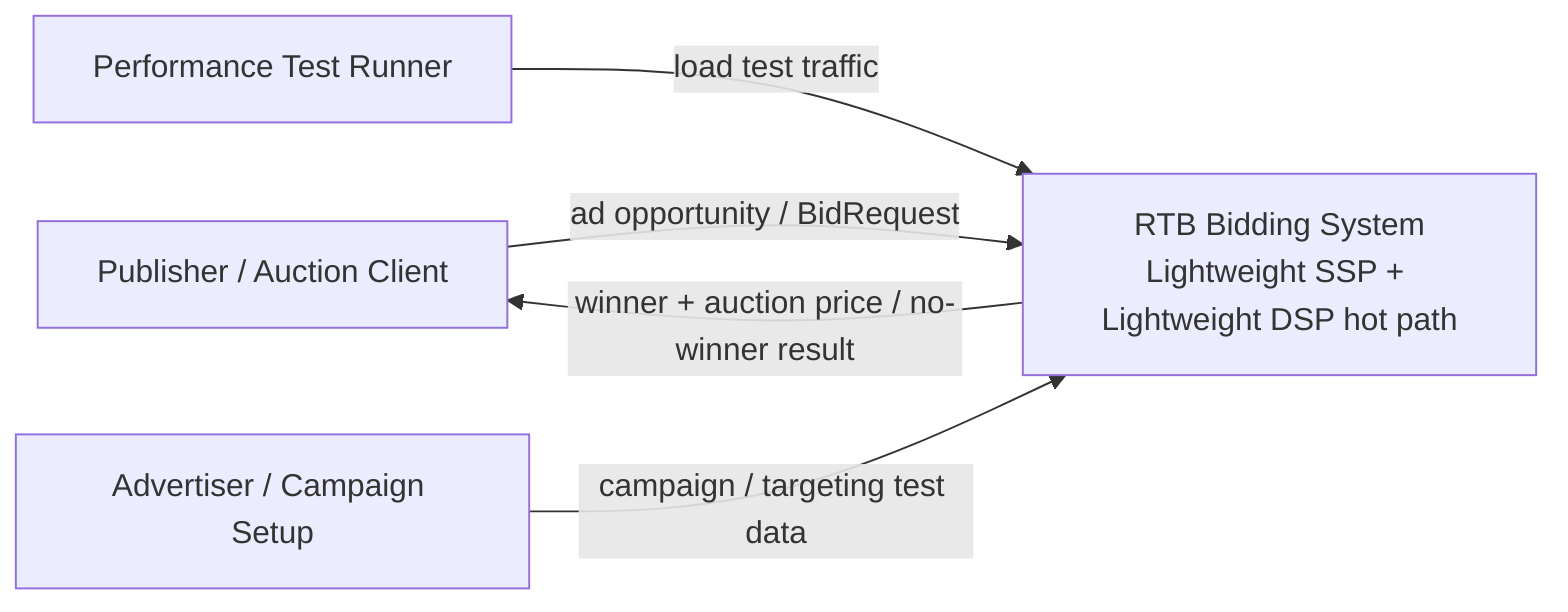
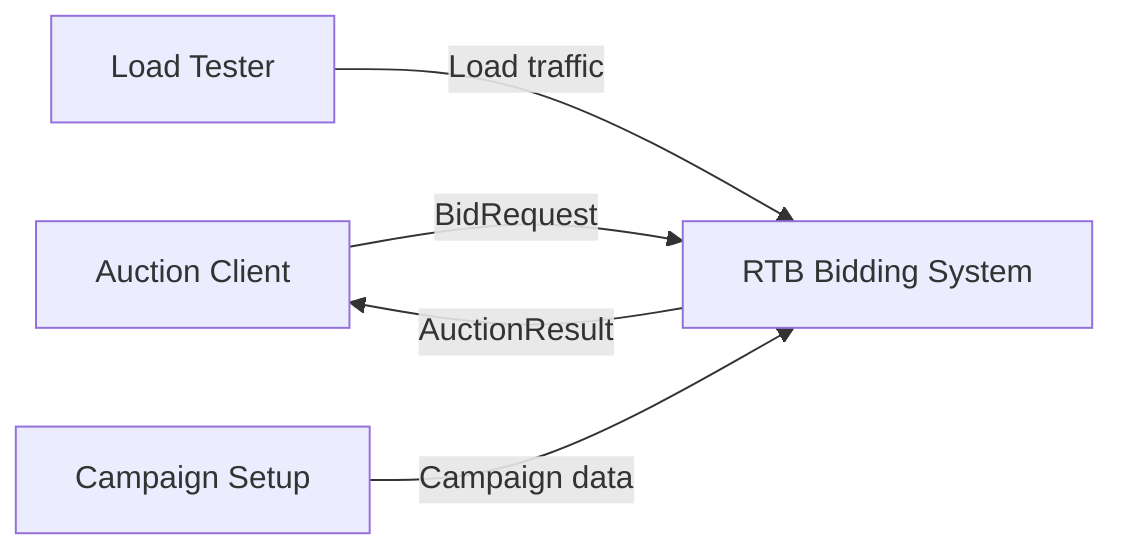
flowchart LR
-     publisher["Publisher / Auction Client"]
-     advertiser["Advertiser / Campaign Setup"]
-     tester["Performance Test Runner"]
-     system["RTB Bidding System\nLightweight SSP + Lightweight DSP hot path"]
+     publisher["Auction Client"]
+     advertiser["Campaign Setup"]
+     tester["Load Tester"]
+     system["RTB Bidding System"]

-     publisher -->|"ad opportunity / BidRequest"| system
-     tester -->|"load test traffic"| system
-     system -->|"winner + auction price / no-winner result"| publisher
+     publisher -->|"BidRequest"| system
+     tester -->|"Load traffic"| system
+     system -->|"AuctionResult"| publisher

-     advertiser -->|"campaign / targeting test data"| system
+     advertiser -->|"Campaign data"| system
